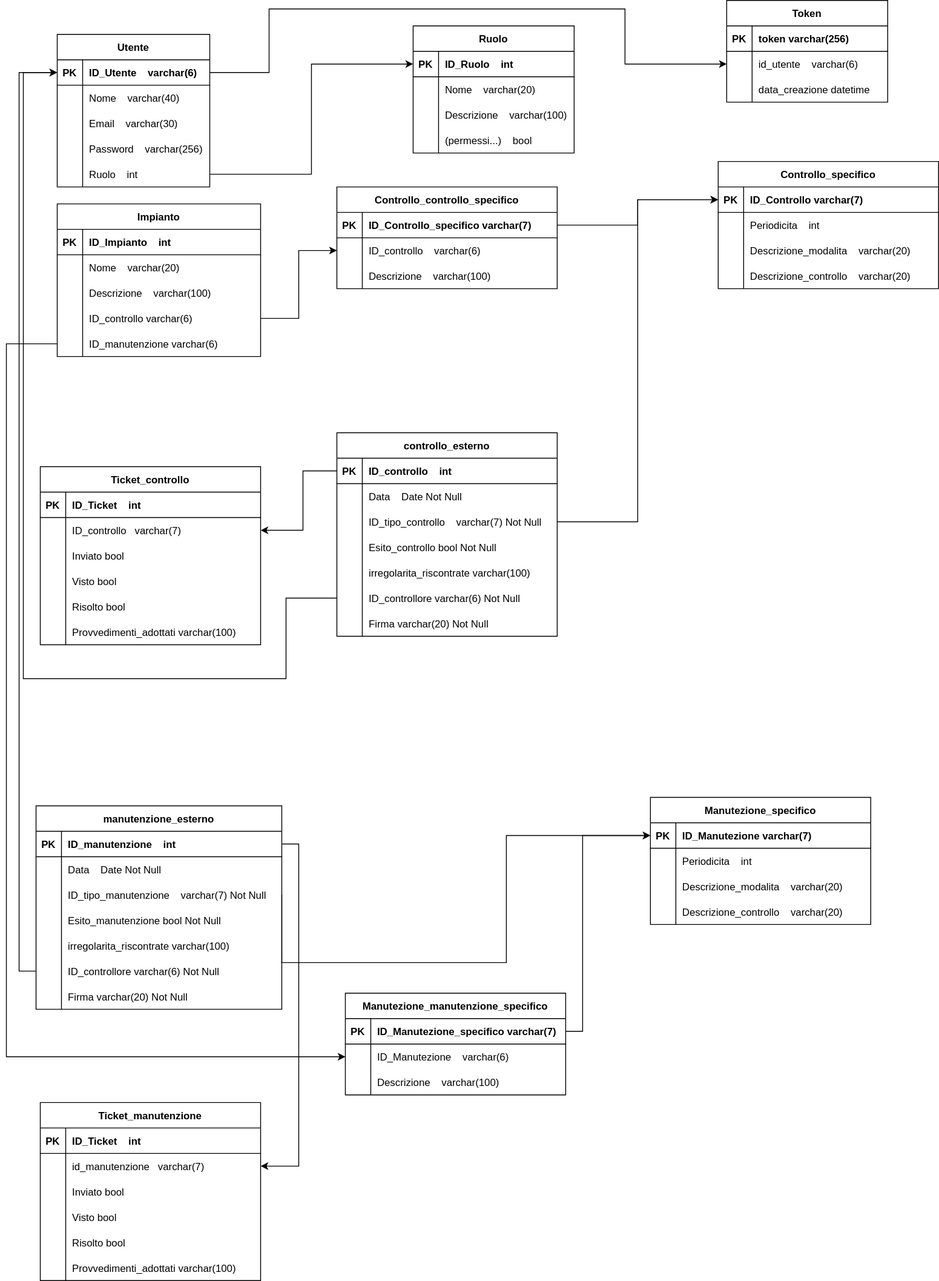
Above: analisi/database/modello_fisico.drawio.svg in I-I-S-Viola-Marchesini/Sistema-Manutenzione (draw.io), before the change. Source tidied: cells renumbered, new cells last; positions are measured from the earlier drawing's top-left corner, leaving out a move shared by most shapes.
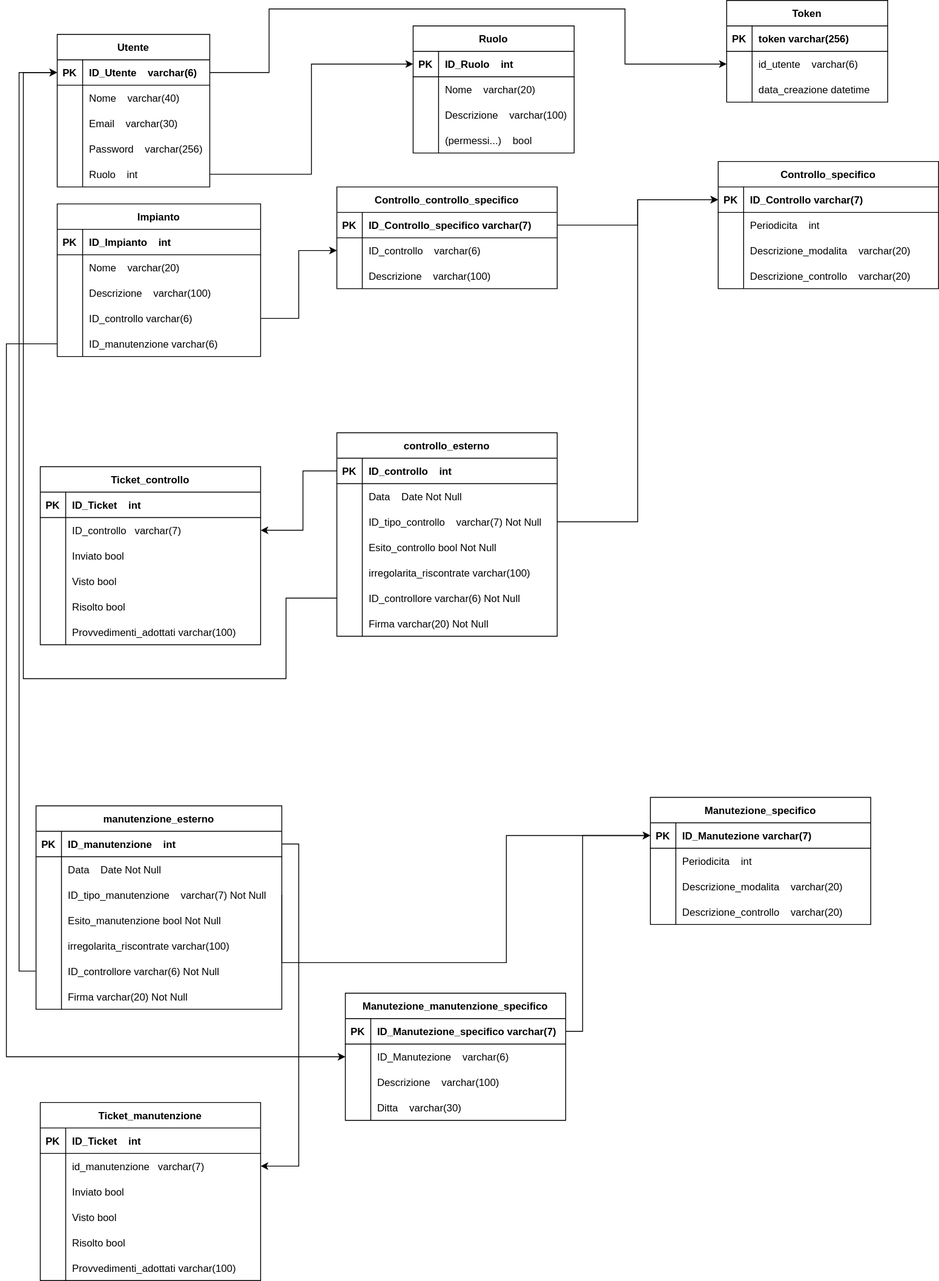
After the change.

Diff of the diagram source:
```diff
@@ -171,7 +171,7 @@
       <mxGeometry x="30" width="230" height="30" as="geometry" />
     </mxCell>
     <mxCell id="58" value="Manutezione_manutenzione_specifico" style="shape=table;startSize=30;rowLines=0;fontStyle=1;align=center;" parent="1" vertex="1">
-      <mxGeometry x="400" y="1171" width="260" height="120" as="geometry" />
+      <mxGeometry x="400" y="1171" width="260" height="150" as="geometry" />
     </mxCell>
     <mxCell id="59" style="shape=tableRow;horizontal=0;startSize=0;swimlaneHead=0;swimlaneBody=0;fillColor=none;points=[[0,0.5],[1,0.5]];portConstraint=eastwest;top=0;left=0;right=0;bottom=1;" parent="58" vertex="1">
       <mxGeometry y="30" width="260" height="30" as="geometry" />
@@ -200,6 +200,15 @@
     <mxCell id="67" value="Descrizione    varchar(100)" style="shape=partialRectangle;fillColor=none;top=0;left=0;bottom=0;right=0;align=left;spacingLeft=6;overflow=hidden;" parent="65" vertex="1">
       <mxGeometry x="30" width="230" height="30" as="geometry" />
     </mxCell>
+    <mxCell id="197" style="shape=tableRow;horizontal=0;startSize=0;swimlaneHead=0;swimlaneBody=0;fillColor=none;top=0;left=0;right=0;bottom=0;" parent="58" vertex="1">
+      <mxGeometry y="120" width="260" height="30" as="geometry" />
+    </mxCell>
+    <mxCell id="198" style="shape=partialRectangle;fillColor=none;top=0;left=0;bottom=0;right=0;overflow=hidden;" parent="197" vertex="1">
+      <mxGeometry width="30" height="30" as="geometry" />
+    </mxCell>
+    <mxCell id="199" value="Ditta    varchar(30)" style="shape=partialRectangle;fillColor=none;top=0;left=0;bottom=0;right=0;align=left;spacingLeft=6;overflow=hidden;" parent="197" vertex="1">
+      <mxGeometry x="30" width="230" height="30" as="geometry" />
+    </mxCell>
     <mxCell id="68" style="edgeStyle=orthogonalEdgeStyle;rounded=0;jettySize=auto;html=1;entryX=0;entryY=0.5;entryDx=0;entryDy=0;" parent="1" edge="1" source="42" target="52">
       <mxGeometry relative="1" as="geometry" />
     </mxCell>
```
